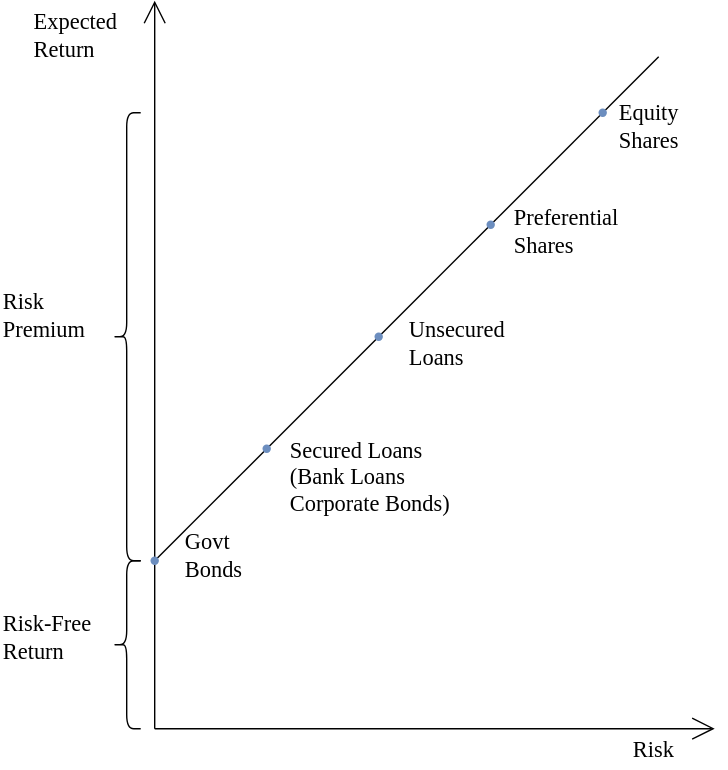
Earlier version of the draw.io export docs/Finance_Electives/SAPM/assets/securities_risk_premium.svg (uni-notes/uni-notes). Source tidied: cells renumbered, new cells last; positions are measured from the earlier drawing's top-left corner, leaving out a move shared by most shapes. Its diagram source:
```xml
<mxGraphModel background="#ffffff" math="1">
  <root>
    <mxCell id="0" />
    <mxCell id="1" parent="0" />
    <mxCell id="2" style="edgeStyle=none;jettySize=auto;html=1;rounded=0;endArrow=none;startSize=14;endSize=14;sourcePerimeterSpacing=8;targetPerimeterSpacing=8;curved=1;endFill=0;fontFamily=Architects Daughter;fontSource=https%3A%2F%2Ffonts.googleapis.com%2Fcss%3Ffamily%3DArchitects%2BDaughter;fontSize=16;align=left;" parent="1" edge="1" target="15">
      <mxGeometry relative="1" as="geometry">
        <mxPoint x="110" y="400" as="sourcePoint" />
      </mxGeometry>
    </mxCell>
    <mxCell id="3" style="edgeStyle=none;orthogonalLoop=1;jettySize=auto;html=1;rounded=0;endArrow=open;startSize=14;endSize=14;sourcePerimeterSpacing=8;targetPerimeterSpacing=8;curved=1;fontFamily=Architects Daughter;fontSource=https%3A%2F%2Ffonts.googleapis.com%2Fcss%3Ffamily%3DArchitects%2BDaughter;fontSize=16;align=left;" parent="1" edge="1">
      <mxGeometry relative="1" as="geometry">
        <mxPoint x="110" y="520" as="sourcePoint" />
        <mxPoint x="110" as="targetPoint" />
      </mxGeometry>
    </mxCell>
    <mxCell id="4" style="edgeStyle=none;orthogonalLoop=1;jettySize=auto;html=1;rounded=0;endArrow=open;startSize=14;endSize=14;sourcePerimeterSpacing=8;targetPerimeterSpacing=8;curved=1;fontFamily=Architects Daughter;fontSource=https%3A%2F%2Ffonts.googleapis.com%2Fcss%3Ffamily%3DArchitects%2BDaughter;fontSize=16;align=left;" parent="1" edge="1">
      <mxGeometry relative="1" as="geometry">
        <mxPoint x="110" y="520" as="sourcePoint" />
        <mxPoint x="510" y="520" as="targetPoint" />
      </mxGeometry>
    </mxCell>
    <mxCell id="5" value="Expected&lt;br&gt;Return" style="text;html=1;align=left;verticalAlign=middle;strokeColor=none;fillColor=none;fontFamily=Architects Daughter;fontSource=https%3A%2F%2Ffonts.googleapis.com%2Fcss%3Ffamily%3DArchitects%2BDaughter;fontSize=16;" parent="1" vertex="1">
      <mxGeometry x="22" width="90" height="50" as="geometry" />
    </mxCell>
    <mxCell id="6" value="Risk" style="text;html=1;align=left;verticalAlign=middle;strokeColor=none;fillColor=none;fontFamily=Architects Daughter;fontSource=https%3A%2F%2Ffonts.googleapis.com%2Fcss%3Ffamily%3DArchitects%2BDaughter;fontSize=16;" parent="1" vertex="1">
      <mxGeometry x="450" y="520" width="60" height="30" as="geometry" />
    </mxCell>
    <mxCell id="7" style="edgeStyle=none;jettySize=auto;html=1;rounded=0;endArrow=none;startSize=14;endSize=14;sourcePerimeterSpacing=8;targetPerimeterSpacing=8;curved=1;endFill=0;fontFamily=Architects Daughter;fontSource=https%3A%2F%2Ffonts.googleapis.com%2Fcss%3Ffamily%3DArchitects%2BDaughter;fontSize=16;align=left;" parent="1" edge="1" source="15">
      <mxGeometry relative="1" as="geometry">
        <mxPoint x="470" y="40" as="targetPoint" />
      </mxGeometry>
    </mxCell>
    <mxCell id="8" value="Govt&lt;br&gt;Bonds" style="text;html=1;align=left;verticalAlign=middle;strokeColor=none;fillColor=none;fontFamily=Architects Daughter;fontSource=https%3A%2F%2Ffonts.googleapis.com%2Fcss%3Ffamily%3DArchitects%2BDaughter;fontSize=16;" parent="1" vertex="1">
      <mxGeometry x="130" y="371" width="70" height="50" as="geometry" />
    </mxCell>
    <mxCell id="9" value="Secured Loans&lt;br style=&quot;font-size: 16px;&quot;&gt;(Bank Loans&lt;br style=&quot;font-size: 16px;&quot;&gt;Corporate Bonds)" style="text;html=1;align=left;verticalAlign=middle;strokeColor=none;fillColor=none;fontFamily=Architects Daughter;fontSource=https%3A%2F%2Ffonts.googleapis.com%2Fcss%3Ffamily%3DArchitects%2BDaughter;fontSize=16;" parent="1" vertex="1">
      <mxGeometry x="205" y="305" width="160" height="70" as="geometry" />
    </mxCell>
    <mxCell id="10" value="Unsecured&lt;br&gt;Loans" style="text;html=1;align=left;verticalAlign=middle;strokeColor=none;fillColor=none;fontFamily=Architects Daughter;fontSource=https%3A%2F%2Ffonts.googleapis.com%2Fcss%3Ffamily%3DArchitects%2BDaughter;fontSize=16;" parent="1" vertex="1">
      <mxGeometry x="290" y="220" width="100" height="50" as="geometry" />
    </mxCell>
    <mxCell id="11" value="Preferential&lt;br&gt;Shares" style="text;html=1;align=left;verticalAlign=middle;strokeColor=none;fillColor=none;fontFamily=Architects Daughter;fontSource=https%3A%2F%2Ffonts.googleapis.com%2Fcss%3Ffamily%3DArchitects%2BDaughter;fontSize=16;" parent="1" vertex="1">
      <mxGeometry x="365" y="140" width="110" height="50" as="geometry" />
    </mxCell>
    <mxCell id="12" value="Equity&lt;br&gt;Shares" style="text;html=1;align=left;verticalAlign=middle;strokeColor=none;fillColor=none;fontFamily=Architects Daughter;fontSource=https%3A%2F%2Ffonts.googleapis.com%2Fcss%3Ffamily%3DArchitects%2BDaughter;fontSize=16;" parent="1" vertex="1">
      <mxGeometry x="440" y="65" width="80" height="50" as="geometry" />
    </mxCell>
    <mxCell id="13" style="edgeStyle=none;orthogonalLoop=1;jettySize=auto;html=1;rounded=0;endArrow=none;startSize=14;endSize=14;sourcePerimeterSpacing=8;targetPerimeterSpacing=8;curved=1;endFill=0;fontFamily=Architects Daughter;fontSource=https%3A%2F%2Ffonts.googleapis.com%2Fcss%3Ffamily%3DArchitects%2BDaughter;fontSize=16;align=left;" parent="1" edge="1">
      <mxGeometry relative="1" as="geometry">
        <mxPoint x="110" y="400" as="sourcePoint" />
        <mxPoint x="110" y="400" as="targetPoint" />
      </mxGeometry>
    </mxCell>
    <mxCell id="14" style="shape=waypoint;sketch=0;size=6;fillColor=#dae8fc;perimeter=centerPerimeter;strokeColor=#6c8ebf;" parent="1" vertex="1">
      <mxGeometry x="100" y="390" width="20" height="20" as="geometry" />
    </mxCell>
    <mxCell id="15" style="shape=waypoint;sketch=0;size=6;points=[];fillColor=#dae8fc;perimeter=centerPerimeter;snapToPoint=1;strokeColor=#6c8ebf;" parent="1" vertex="1">
      <mxGeometry x="340" y="150" width="20" height="20" as="geometry" />
    </mxCell>
    <mxCell id="16" style="shape=waypoint;sketch=0;size=6;fillColor=#dae8fc;perimeter=centerPerimeter;strokeColor=#6c8ebf;" parent="1" vertex="1">
      <mxGeometry x="420" y="70" width="20" height="20" as="geometry" />
    </mxCell>
    <mxCell id="17" style="shape=waypoint;sketch=0;size=6;fillColor=#dae8fc;perimeter=centerPerimeter;strokeColor=#6c8ebf;" parent="1" vertex="1">
      <mxGeometry x="180" y="310" width="20" height="20" as="geometry" />
    </mxCell>
    <mxCell id="18" style="shape=waypoint;sketch=0;size=6;fillColor=#dae8fc;perimeter=centerPerimeter;strokeColor=#6c8ebf;" parent="1" vertex="1">
      <mxGeometry x="260" y="230" width="20" height="20" as="geometry" />
    </mxCell>
    <mxCell id="19" value="Risk-Free&lt;br&gt;Return" style="text;html=1;align=left;verticalAlign=middle;strokeColor=none;fillColor=none;fontFamily=Architects Daughter;fontSource=https%3A%2F%2Ffonts.googleapis.com%2Fcss%3Ffamily%3DArchitects%2BDaughter;fontSize=16;" parent="1" vertex="1">
      <mxGeometry y="430" width="100" height="50" as="geometry" />
    </mxCell>
    <mxCell id="20" style="shape=curlyBracket;whiteSpace=wrap;html=1;rounded=1;labelPosition=left;verticalLabelPosition=middle;align=right;verticalAlign=middle;" parent="1" vertex="1">
      <mxGeometry x="80" y="400" width="20" height="120" as="geometry" />
    </mxCell>
    <mxCell id="21" value="Risk&lt;br&gt;Premium" style="text;html=1;align=left;verticalAlign=middle;strokeColor=none;fillColor=none;fontFamily=Architects Daughter;fontSource=https%3A%2F%2Ffonts.googleapis.com%2Fcss%3Ffamily%3DArchitects%2BDaughter;fontSize=16;" parent="1" vertex="1">
      <mxGeometry y="200" width="90" height="50" as="geometry" />
    </mxCell>
    <mxCell id="22" style="shape=curlyBracket;whiteSpace=wrap;html=1;rounded=1;labelPosition=left;verticalLabelPosition=middle;align=right;verticalAlign=middle;" parent="1" vertex="1">
      <mxGeometry x="80" y="80" width="20" height="320" as="geometry" />
    </mxCell>
  </root>
</mxGraphModel>
```
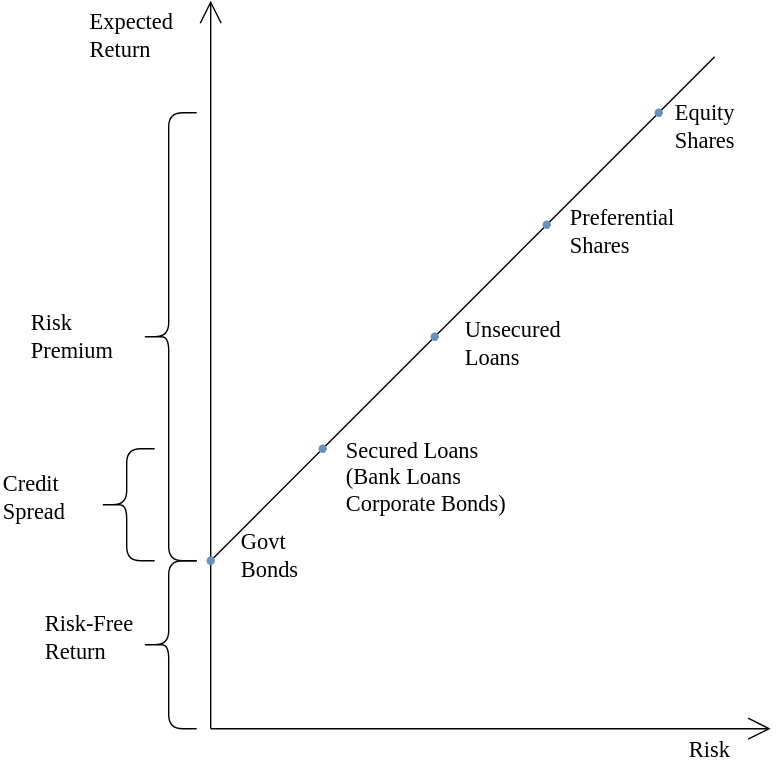
After the change.

What changed in the source:
```diff
@@ -67,16 +67,22 @@
       <mxGeometry x="260" y="230" width="20" height="20" as="geometry" />
     </mxCell>
     <mxCell id="19" value="Risk-Free&lt;br&gt;Return" style="text;html=1;align=left;verticalAlign=middle;strokeColor=none;fillColor=none;fontFamily=Architects Daughter;fontSource=https%3A%2F%2Ffonts.googleapis.com%2Fcss%3Ffamily%3DArchitects%2BDaughter;fontSize=16;" parent="1" vertex="1">
-      <mxGeometry y="430" width="100" height="50" as="geometry" />
+      <mxGeometry x="-10" y="430" width="100" height="50" as="geometry" />
     </mxCell>
     <mxCell id="20" style="shape=curlyBracket;whiteSpace=wrap;html=1;rounded=1;labelPosition=left;verticalLabelPosition=middle;align=right;verticalAlign=middle;" parent="1" vertex="1">
-      <mxGeometry x="80" y="400" width="20" height="120" as="geometry" />
+      <mxGeometry x="60" y="400" width="40" height="120" as="geometry" />
     </mxCell>
     <mxCell id="21" value="Risk&lt;br&gt;Premium" style="text;html=1;align=left;verticalAlign=middle;strokeColor=none;fillColor=none;fontFamily=Architects Daughter;fontSource=https%3A%2F%2Ffonts.googleapis.com%2Fcss%3Ffamily%3DArchitects%2BDaughter;fontSize=16;" parent="1" vertex="1">
-      <mxGeometry y="200" width="90" height="50" as="geometry" />
+      <mxGeometry x="-20" y="215" width="90" height="50" as="geometry" />
     </mxCell>
     <mxCell id="22" style="shape=curlyBracket;whiteSpace=wrap;html=1;rounded=1;labelPosition=left;verticalLabelPosition=middle;align=right;verticalAlign=middle;" parent="1" vertex="1">
-      <mxGeometry x="80" y="80" width="20" height="320" as="geometry" />
+      <mxGeometry x="60" y="80" width="40" height="320" as="geometry" />
     </mxCell>
+    <mxCell id="23" style="shape=curlyBracket;whiteSpace=wrap;html=1;rounded=1;labelPosition=left;verticalLabelPosition=middle;align=right;verticalAlign=middle;" parent="1" vertex="1">
+      <mxGeometry x="30" y="320" width="40" height="80" as="geometry" />
+    </mxCell>
+    <mxCell id="24" value="Credit&lt;br&gt;Spread" style="text;html=1;align=left;verticalAlign=middle;strokeColor=none;fillColor=none;fontFamily=Architects Daughter;fontSource=https%3A%2F%2Ffonts.googleapis.com%2Fcss%3Ffamily%3DArchitects%2BDaughter;fontSize=16;" parent="1" vertex="1">
+      <mxGeometry x="-40" y="330" width="80" height="50" as="geometry" />
+    </mxCell>
   </root>
 </mxGraphModel>
```
